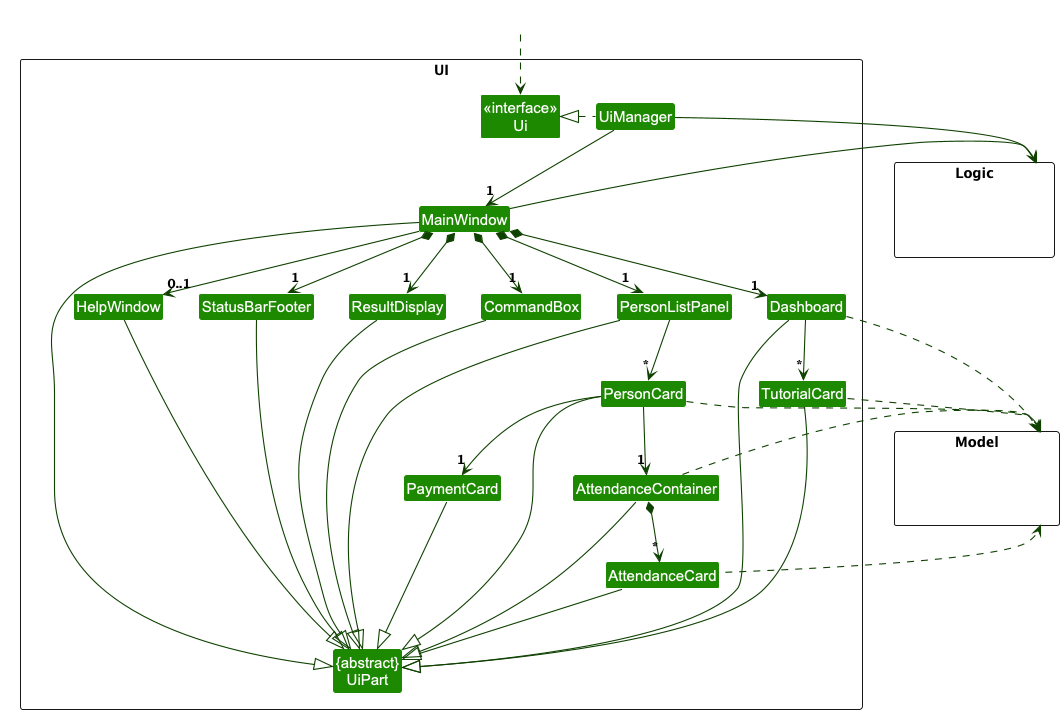
Before: docs/images/UiClassDiagram.png, a diagram exported from PlantUML (nus-cs2103-AY2425S1/tp). Its source is kept beside it as docs/diagrams/UiClassDiagram.puml.
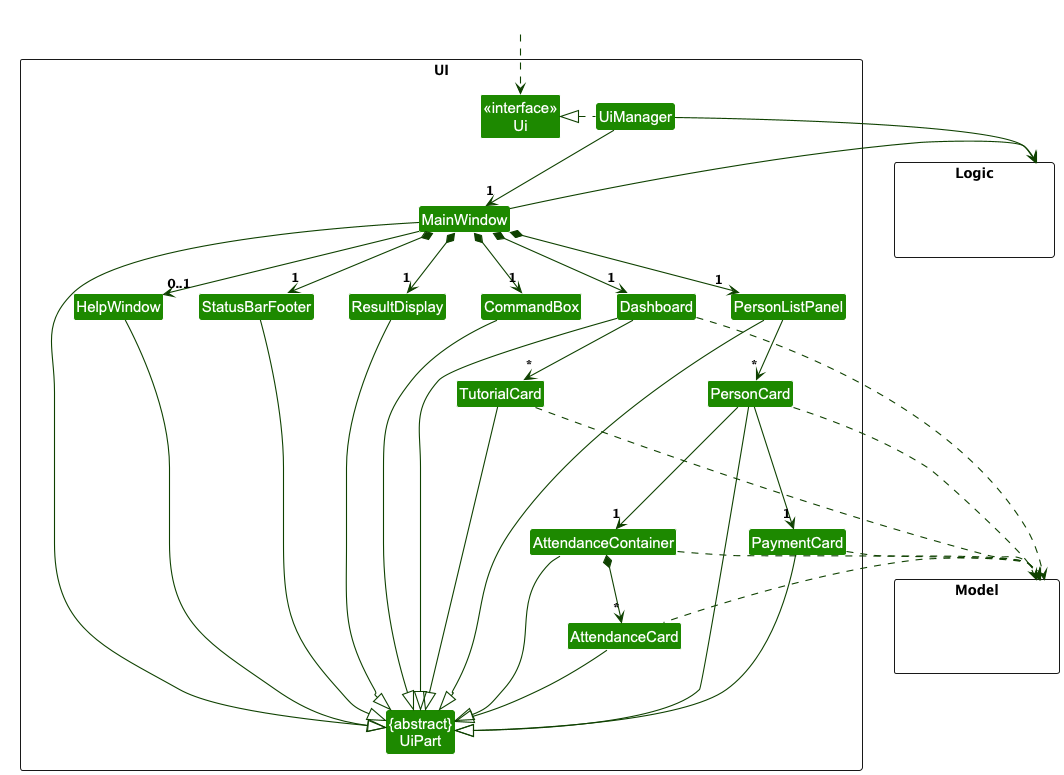
Later version of the same file.

Commit message:
Update Ui uml diagram

The edit, as a diff of the source:
```diff
@@ -44,8 +44,8 @@
 
 Dashboard -down-> "*" TutorialCard
 PersonListPanel -down-> "*" PersonCard
-PersonCard -down-> "1" PaymentCard
-PersonCard -down-> "1" AttendanceContainer
+PersonCard --down-> "1" PaymentCard
+PersonCard --down-> "1" AttendanceContainer
 AttendanceContainer *-down-> "*" AttendanceCard
 MainWindow -left-|> UiPart
 
@@ -62,6 +62,7 @@
 PersonListPanel --|> UiPart
 
 Dashboard ..> Model
+PaymentCard ..> Model
 PersonCard ..down> Model
 TutorialCard ..down> Model
 AttendanceContainer ..down> Model
```
